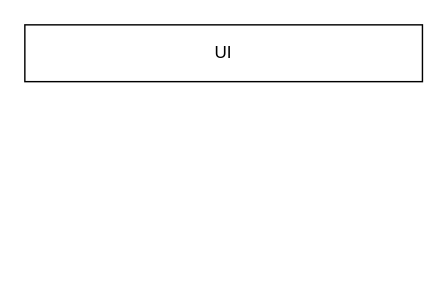
Before: architecture.drawio in medical-voice-io/Movies, a draw.io diagram. Source tidied: cells renumbered, new cells numbered last; positions are measured from the earlier drawing's top-left corner, leaving out a move shared by most shapes. Both pictures are drawn from the tidied source at 142%, with x=0, y=0 at pixel (24, 24).
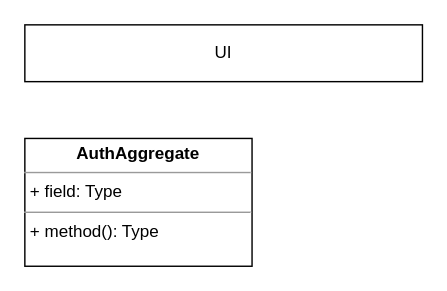
The same diagram, later.

Change to the diagram source:
```diff
@@
 <mxGraphModel>
   <root>
     <mxCell id="0" />
     <mxCell id="1" parent="0" />
     <mxCell id="2" value="UI" style="html=1;whiteSpace=wrap;" parent="1" vertex="1">
       <mxGeometry width="280" height="40" as="geometry" />
     </mxCell>
+    <mxCell id="3" value="&lt;p style=&quot;margin:0px;margin-top:4px;text-align:center;&quot;&gt;&lt;b&gt;AuthAggregate&lt;/b&gt;&lt;/p&gt;&lt;hr size=&quot;1&quot;&gt;&lt;p style=&quot;margin:0px;margin-left:4px;&quot;&gt;+ field: Type&lt;/p&gt;&lt;hr size=&quot;1&quot;&gt;&lt;p style=&quot;margin:0px;margin-left:4px;&quot;&gt;+ method(): Type&lt;/p&gt;" style="verticalAlign=top;align=left;overflow=fill;html=1;whiteSpace=wrap;" parent="1" vertex="1">
+      <mxGeometry y="80" width="160" height="90" as="geometry" />
+    </mxCell>
   </root>
 </mxGraphModel>
```
